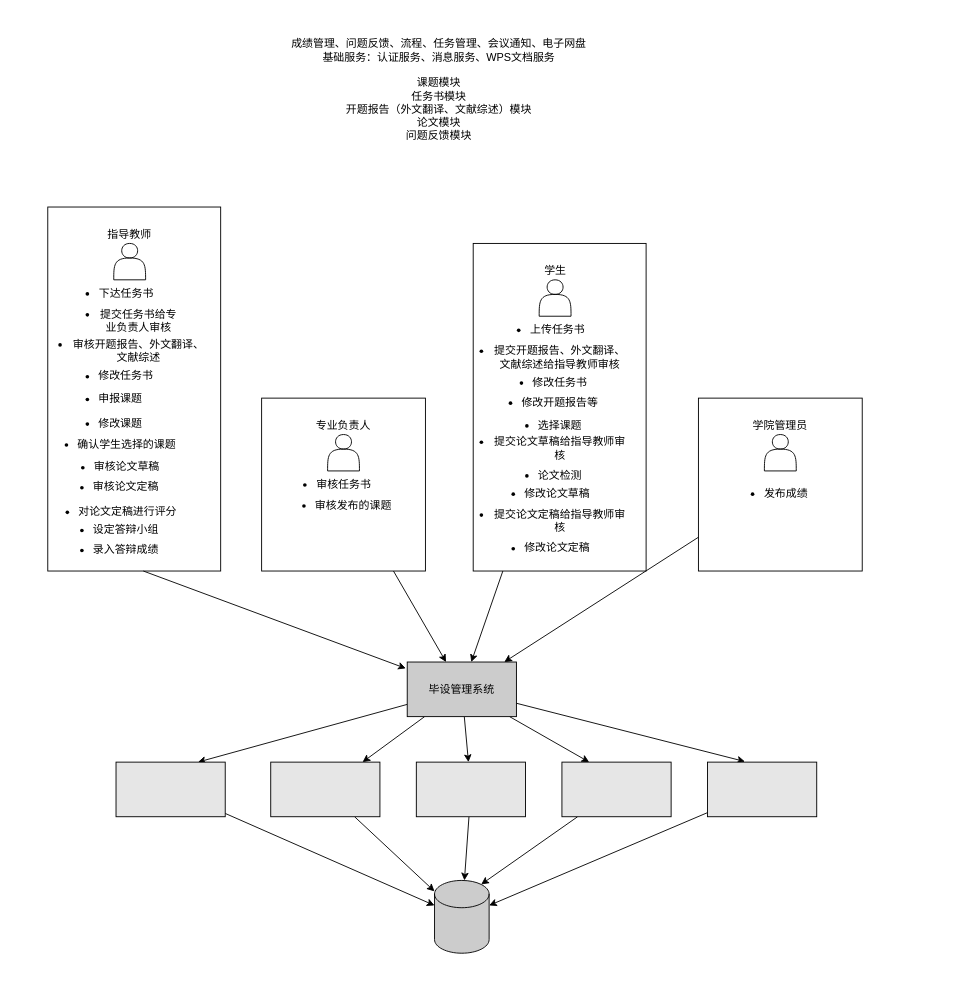
FdfGithub/drawio keeps this draw.io diagram as temp/毕设追踪系统-思维导图.drawio. Above is the earlier version. Source tidied: cells renumbered, new cells numbered last; positions are measured from the earlier drawing's top-left corner, leaving out a move shared by most shapes. Both pictures are drawn from the tidied source at 91%, with x=0, y=0 at pixel (15, 15).
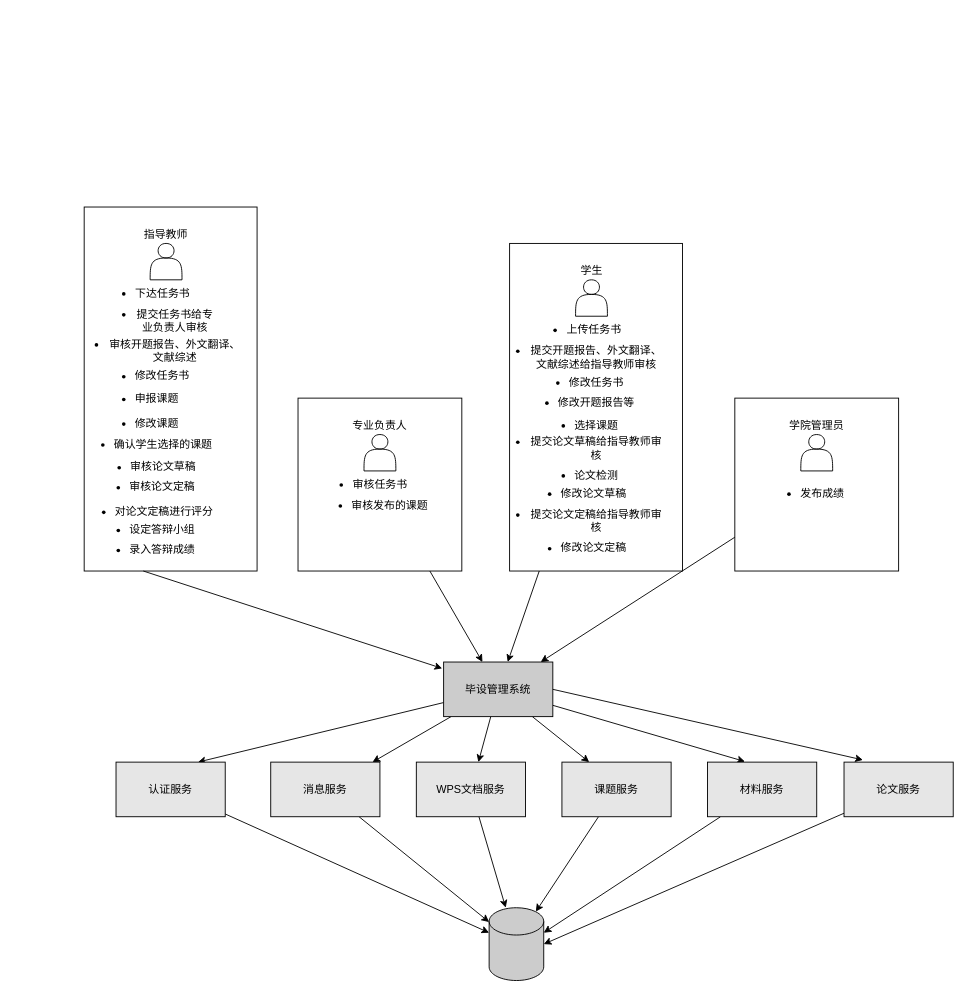
The same diagram, later.

Commit message:
Update 毕设追踪系统-思维导图.drawio

Diff of the diagram source:
```diff
@@
     <mxCell id="2" style="group;" parent="1" vertex="1">
-      <mxGeometry x="270" y="420" width="180" height="190" as="geometry" />
+      <mxGeometry x="310" y="420" width="180" height="190" as="geometry" />
     </mxCell>
@@
     <mxCell id="8" style="group;" parent="1" vertex="1">
-      <mxGeometry x="750" y="420" width="180" height="190" as="geometry" />
+      <mxGeometry x="790" y="420" width="180" height="190" as="geometry" />
     </mxCell>
@@
     <mxCell id="13" style="group;" parent="1" vertex="1">
-      <mxGeometry y="210" width="225" height="400" as="geometry" />
+      <mxGeometry x="40" y="210" width="225" height="400" as="geometry" />
     </mxCell>
@@
     <mxCell id="29" style="group;" parent="1" vertex="1">
-      <mxGeometry x="480" y="250" width="212.5" height="360" as="geometry" />
+      <mxGeometry x="520" y="250" width="212.5" height="360" as="geometry" />
     </mxCell>
@@
     <mxCell id="48" style="rounded=0;whiteSpace=wrap;html=1;fillColor=#CCCCCC;" parent="1" vertex="1">
-      <mxGeometry x="430" y="710" width="120" height="60" as="geometry" />
+      <mxGeometry x="470" y="710" width="120" height="60" as="geometry" />
     </mxCell>
+    <mxCell id="66" style="rounded=0;jettySize=auto;html=1;entryX=0.173;entryY=-0.04;entryDx=0;entryDy=0;exitX=1;exitY=0.5;exitDx=0;exitDy=0;entryPerimeter=0;" parent="1" edge="1" source="48" target="68">
+      <mxGeometry relative="1" as="geometry" />
+    </mxCell>
     <mxCell id="49" value="毕设管理系统" style="text;html=1;strokeColor=none;fillColor=none;align=center;verticalAlign=middle;whiteSpace=wrap;rounded=0;" parent="1" vertex="1">
-      <mxGeometry x="450" y="725" width="80" height="30" as="geometry" />
+      <mxGeometry x="490" y="725" width="80" height="30" as="geometry" />
     </mxCell>
@@
     <mxCell id="54" style="shape=cylinder3;whiteSpace=wrap;html=1;boundedLbl=1;backgroundOutline=1;size=15;fillColor=#CCCCCC;" parent="1" vertex="1">
-      <mxGeometry x="460" y="950" width="60" height="80" as="geometry" />
+      <mxGeometry x="520" y="980" width="60" height="80" as="geometry" />
     </mxCell>
@@
-    <mxCell id="56" style="rounded=0;whiteSpace=wrap;html=1;fillColor=#E6E6E6;" parent="1" vertex="1">
+    <mxCell id="56" value="认证服务" style="rounded=0;whiteSpace=wrap;html=1;fillColor=#E6E6E6;" parent="1" vertex="1">
       <mxGeometry x="110" y="820" width="120" height="60" as="geometry" />
     </mxCell>
@@
-    <mxCell id="58" style="rounded=0;whiteSpace=wrap;html=1;fillColor=#E6E6E6;" parent="1" vertex="1">
+    <mxCell id="58" value="消息服务" style="rounded=0;whiteSpace=wrap;html=1;fillColor=#E6E6E6;" parent="1" vertex="1">
       <mxGeometry x="280" y="820" width="120" height="60" as="geometry" />
     </mxCell>
@@
-    <mxCell id="60" style="rounded=0;whiteSpace=wrap;html=1;fillColor=#E6E6E6;" parent="1" vertex="1">
+    <mxCell id="60" value="WPS文档服务" style="rounded=0;whiteSpace=wrap;html=1;fillColor=#E6E6E6;" parent="1" vertex="1">
       <mxGeometry x="440" y="820" width="120" height="60" as="geometry" />
     </mxCell>
@@
-    <mxCell id="62" style="rounded=0;whiteSpace=wrap;html=1;fillColor=#E6E6E6;" parent="1" vertex="1">
+    <mxCell id="62" value="课题服务" style="rounded=0;whiteSpace=wrap;html=1;fillColor=#E6E6E6;" parent="1" vertex="1">
       <mxGeometry x="600" y="820" width="120" height="60" as="geometry" />
     </mxCell>
@@
-    <mxCell id="64" style="rounded=0;whiteSpace=wrap;html=1;fillColor=#E6E6E6;" parent="1" vertex="1">
+    <mxCell id="64" value="材料服务" style="rounded=0;whiteSpace=wrap;html=1;fillColor=#E6E6E6;" parent="1" vertex="1">
       <mxGeometry x="760" y="820" width="120" height="60" as="geometry" />
     </mxCell>
-    <mxCell id="65" value="成绩管理、问题反馈、流程、任务管理、会议通知、电子网盘&lt;br&gt;基础服务：认证服务、消息服务、WPS文档服务&lt;br&gt;&lt;br&gt;课题模块&lt;br&gt;任务书模块&lt;br&gt;开题报告（外文翻译、文献综述）模块&lt;br&gt;论文模块&lt;br&gt;问题反馈模块&lt;br&gt;&lt;br&gt;&lt;br&gt;&lt;br&gt;&lt;br&gt;" style="text;html=1;strokeColor=none;fillColor=none;align=center;verticalAlign=middle;whiteSpace=wrap;rounded=0;" parent="1" vertex="1">
-      <mxGeometry x="280" width="370" height="220" as="geometry" />
-    </mxCell>
+    <mxCell id="67" style="edgeStyle=none;rounded=0;jettySize=auto;html=1;entryX=1;entryY=0.5;entryDx=0;entryDy=0;entryPerimeter=0;" parent="1" edge="1" source="68" target="54">
+      <mxGeometry relative="1" as="geometry" />
+    </mxCell>
+    <mxCell id="68" value="论文服务" style="rounded=0;whiteSpace=wrap;html=1;fillColor=#E6E6E6;" parent="1" vertex="1">
+      <mxGeometry x="910" y="820" width="120" height="60" as="geometry" />
+    </mxCell>
```
